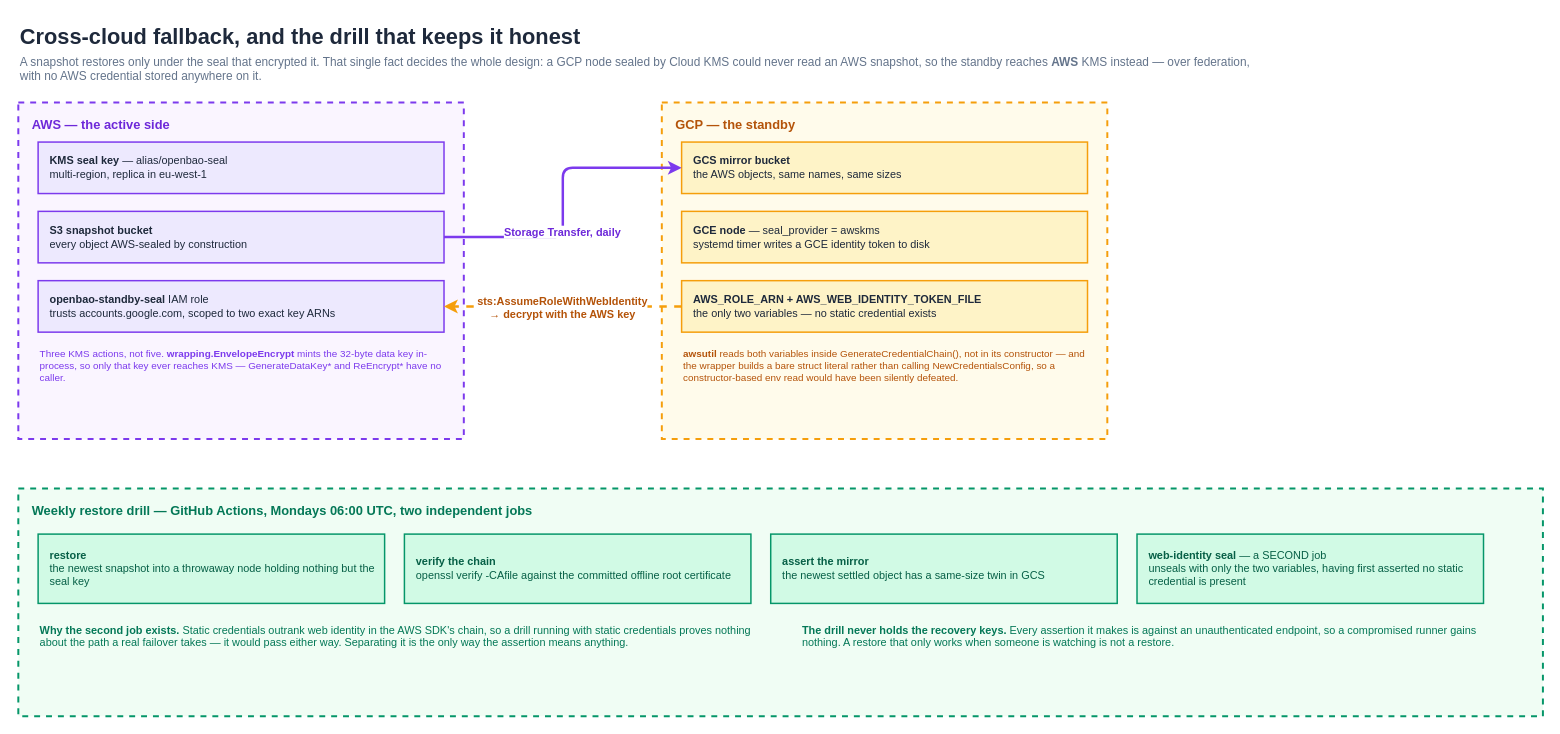
Above: page "Fallback and the drill" (2 of 2) of docs/architecture/openbao-lineage.drawio in Smana/cloud-native-ref (draw.io), before the change. Source tidied: cells renumbered, new cells numbered last; positions are measured from the earlier drawing's top-left corner, leaving out a move shared by most shapes. Both pictures are drawn from the tidied source at 99%, with x=0, y=0 at pixel (18, 17).
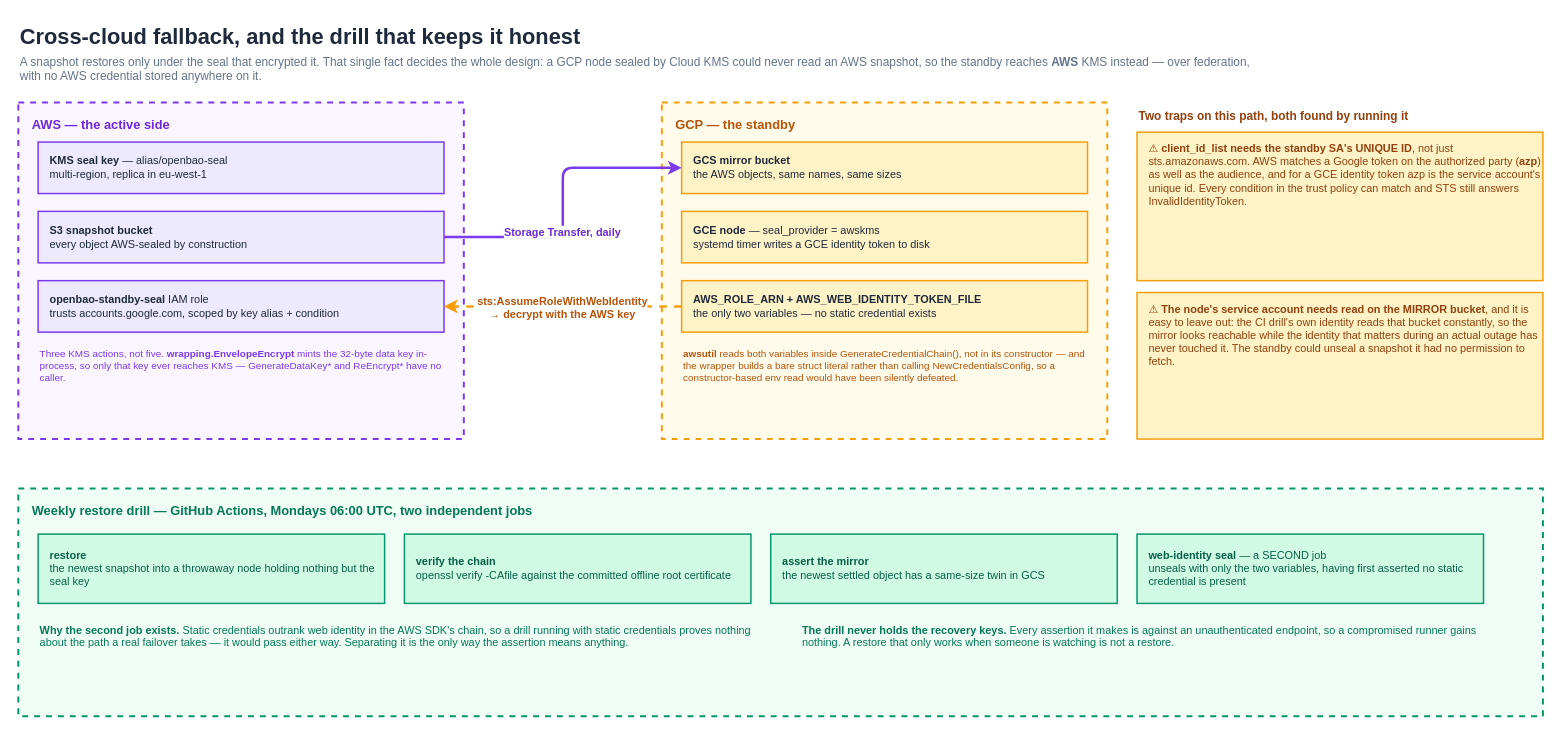
After the change.

What changed in the source:
```diff
@@
-    <mxCell id="7" value="&lt;b&gt;openbao-standby-seal&lt;/b&gt; IAM role&#10;trusts accounts.google.com, scoped to two exact key ARNs" style="rounded=0;html=1;fillColor=#EDE9FE;strokeColor=#7C3AED;strokeWidth=1.5;whiteSpace=wrap;align=left;spacingLeft=10;fontFamily=Helvetica;fontSize=11;fontColor=#1E293B;" parent="1" vertex="1">
+    <mxCell id="7" value="&lt;b&gt;openbao-standby-seal&lt;/b&gt; IAM role&#10;trusts accounts.google.com, scoped by key alias + condition" style="rounded=0;html=1;fillColor=#EDE9FE;strokeColor=#7C3AED;strokeWidth=1.5;whiteSpace=wrap;align=left;spacingLeft=10;fontFamily=Helvetica;fontSize=11;fontColor=#1E293B;" parent="1" vertex="1">
       <mxGeometry x="20" y="266" width="410" height="52" as="geometry" />
     </mxCell>
@@
+    <mxCell id="25" value="Two traps on this path, both found by running it" style="text;html=1;fontFamily=Helvetica;fontSize=12;fontStyle=1;fontColor=#92400E;align=left;" parent="1" vertex="1">
+      <mxGeometry x="1130" y="86" width="410" height="24" as="geometry" />
+    </mxCell>
+    <mxCell id="26" value="⚠  &lt;b&gt;client_id_list needs the standby SA's UNIQUE ID&lt;/b&gt;, not just sts.amazonaws.com. AWS matches a Google token on the authorized party (&lt;b&gt;azp&lt;/b&gt;) as well as the audience, and for a GCE identity token azp is the service account's unique id. Every condition in the trust policy can match and STS still answers InvalidIdentityToken." style="rounded=0;html=1;fillColor=#FEF3C7;strokeColor=#F59E0B;strokeWidth=1.5;whiteSpace=wrap;align=left;spacingLeft=10;spacingTop=4;verticalAlign=top;fontFamily=Helvetica;fontSize=11;fontColor=#92400E;" parent="1" vertex="1">
+      <mxGeometry x="1130" y="116" width="410" height="150" as="geometry" />
+    </mxCell>
+    <mxCell id="27" value="⚠  &lt;b&gt;The node's service account needs read on the MIRROR bucket&lt;/b&gt;, and it is easy to leave out: the CI drill's own identity reads that bucket constantly, so the mirror looks reachable while the identity that matters during an actual outage has never touched it. The standby could unseal a snapshot it had no permission to fetch." style="rounded=0;html=1;fillColor=#FEF3C7;strokeColor=#F59E0B;strokeWidth=1.5;whiteSpace=wrap;align=left;spacingLeft=10;spacingTop=4;verticalAlign=top;fontFamily=Helvetica;fontSize=11;fontColor=#92400E;" parent="1" vertex="1">
+      <mxGeometry x="1130" y="278" width="410" height="148" as="geometry" />
+    </mxCell>
```
